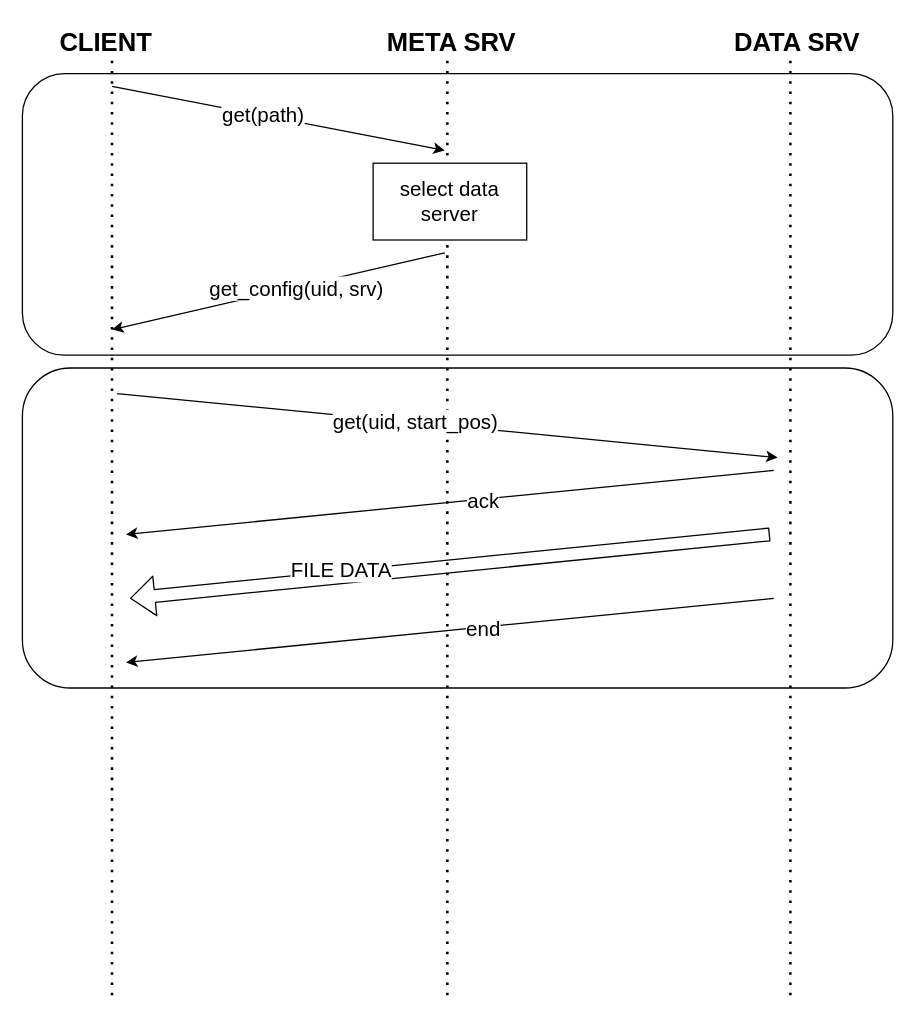
Earlier version of the draw.io diagram diagrams/requests/get request.drawio (ale99WGiais/tesina_iot). Source tidied: cells renumbered, new cells numbered last; positions are measured from the earlier drawing's top-left corner, leaving out a move shared by most shapes. Both pictures are drawn from the tidied source at 128%, with x=0, y=0 at pixel (22, 22).
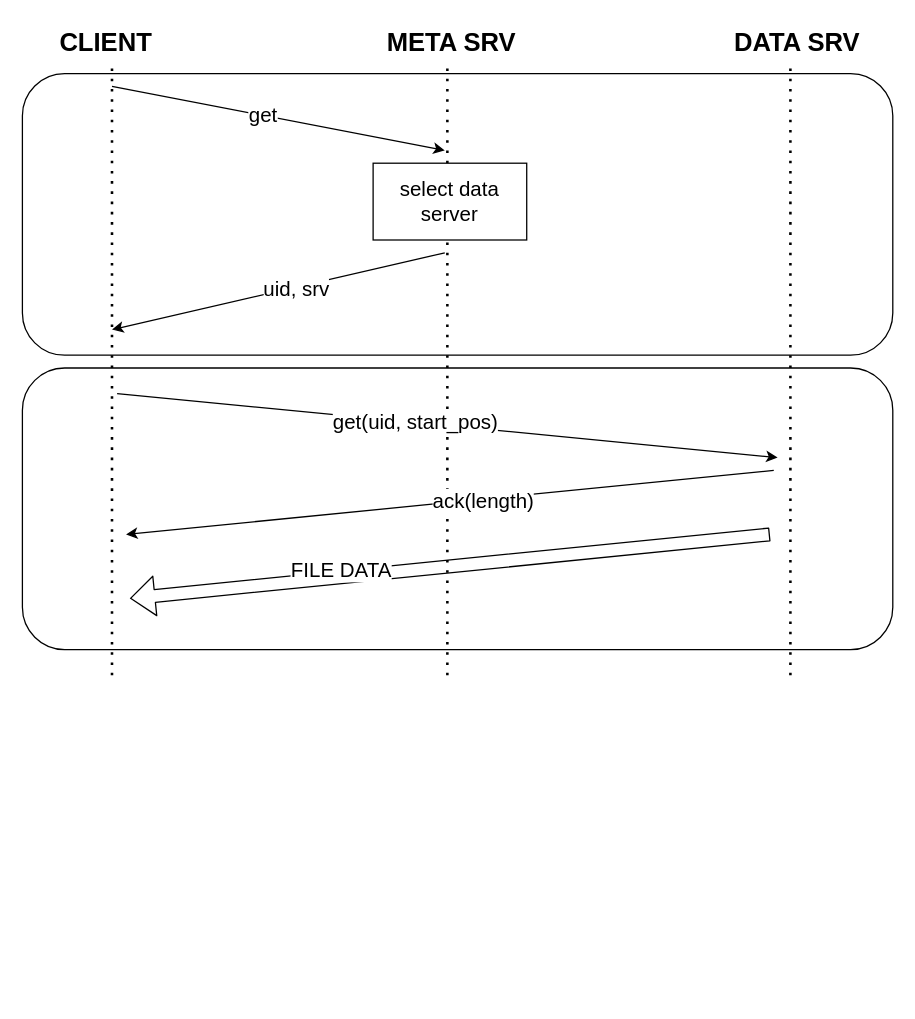
The same diagram, later.

The change refers to these unchanged cells:
```xml
<mxCell id="8" style="endArrow=classic;html=1;fontSize=20;" parent="1" edge="1">
  <mxGeometry relative="1" as="geometry">
    <mxPoint x="70" y="50" as="sourcePoint" />
    <mxPoint x="330" y="100" as="targetPoint" />
  </mxGeometry>
</mxCell>
<mxCell id="13" style="endArrow=classic;html=1;fontSize=20;" parent="1" edge="1">
  <mxGeometry relative="1" as="geometry">
    <mxPoint x="330" y="180" as="sourcePoint" />
    <mxPoint x="70" y="240" as="targetPoint" />
  </mxGeometry>
</mxCell>
<mxCell id="17" style="endArrow=classic;html=1;fontSize=20;" parent="1" edge="1">
  <mxGeometry relative="1" as="geometry">
    <mxPoint x="587" y="350" as="sourcePoint" />
    <mxPoint x="81" y="400" as="targetPoint" />
  </mxGeometry>
</mxCell>
```

Change to the diagram source:
```diff
@@
     <mxCell id="2" style="rounded=1;whiteSpace=wrap;html=1;fontSize=16;" parent="1" vertex="1">
-      <mxGeometry y="270" width="680" height="250" as="geometry" />
+      <mxGeometry y="270" width="680" height="220" as="geometry" />
     </mxCell>
@@
     <mxCell id="4" style="endArrow=none;dashed=1;html=1;dashPattern=1 3;strokeWidth=2;fontSize=12;" parent="1" edge="1">
       <mxGeometry relative="1" as="geometry">
-        <mxPoint x="332" y="760" as="sourcePoint" />
+        <mxPoint x="332" y="510" as="sourcePoint" />
         <mxPoint x="332" y="30" as="targetPoint" />
       </mxGeometry>
     </mxCell>
@@
-    <mxCell id="9" value="&lt;div&gt;get(path)&lt;/div&gt;" style="edgeLabel;html=1;align=center;verticalAlign=middle;fontSize=16;" parent="8" vertex="1">
+    <mxCell id="9" value="&lt;div&gt;get&lt;/div&gt;" style="edgeLabel;html=1;align=center;verticalAlign=middle;fontSize=16;" parent="8" vertex="1">
       <mxGeometry x="-0.1" y="1" relative="1" as="geometry" />
     </mxCell>
     <mxCell id="10" style="endArrow=none;dashed=1;html=1;dashPattern=1 3;strokeWidth=2;fontSize=12;" parent="1" edge="1">
       <mxGeometry relative="1" as="geometry">
-        <mxPoint x="70" y="760" as="sourcePoint" />
+        <mxPoint x="70" y="510" as="sourcePoint" />
         <mxPoint x="70" y="30" as="targetPoint" />
       </mxGeometry>
     </mxCell>
     <mxCell id="11" style="endArrow=none;dashed=1;html=1;dashPattern=1 3;strokeWidth=2;fontSize=12;" parent="1" edge="1">
       <mxGeometry relative="1" as="geometry">
-        <mxPoint x="600" y="760" as="sourcePoint" />
+        <mxPoint x="600" y="510" as="sourcePoint" />
         <mxPoint x="600" y="30" as="targetPoint" />
       </mxGeometry>
     </mxCell>
@@
-    <mxCell id="14" value="get_config(uid, srv)" style="edgeLabel;html=1;align=center;verticalAlign=middle;fontSize=16;" parent="13" vertex="1">
+    <mxCell id="14" value="uid, srv" style="edgeLabel;html=1;align=center;verticalAlign=middle;fontSize=16;" parent="13" vertex="1">
       <mxGeometry x="-0.1" y="1" relative="1" as="geometry" />
     </mxCell>
@@
-    <mxCell id="18" value="&lt;div&gt;ack&lt;/div&gt;" style="edgeLabel;html=1;align=center;verticalAlign=middle;fontSize=16;" parent="17" vertex="1">
+    <mxCell id="18" value="&lt;div&gt;ack(length)&lt;/div&gt;" style="edgeLabel;html=1;align=center;verticalAlign=middle;fontSize=16;" parent="17" vertex="1">
       <mxGeometry x="-0.1" y="1" relative="1" as="geometry" />
     </mxCell>
@@
-    <mxCell id="21" style="endArrow=classic;html=1;fontSize=20;" parent="1" edge="1">
-      <mxGeometry relative="1" as="geometry">
-        <mxPoint x="587" y="450" as="sourcePoint" />
-        <mxPoint x="81" y="500" as="targetPoint" />
-      </mxGeometry>
-    </mxCell>
-    <mxCell id="22" value="&lt;div&gt;end&lt;/div&gt;" style="edgeLabel;html=1;align=center;verticalAlign=middle;fontSize=16;" parent="21" vertex="1">
-      <mxGeometry x="-0.1" y="1" relative="1" as="geometry" />
-    </mxCell>
```
